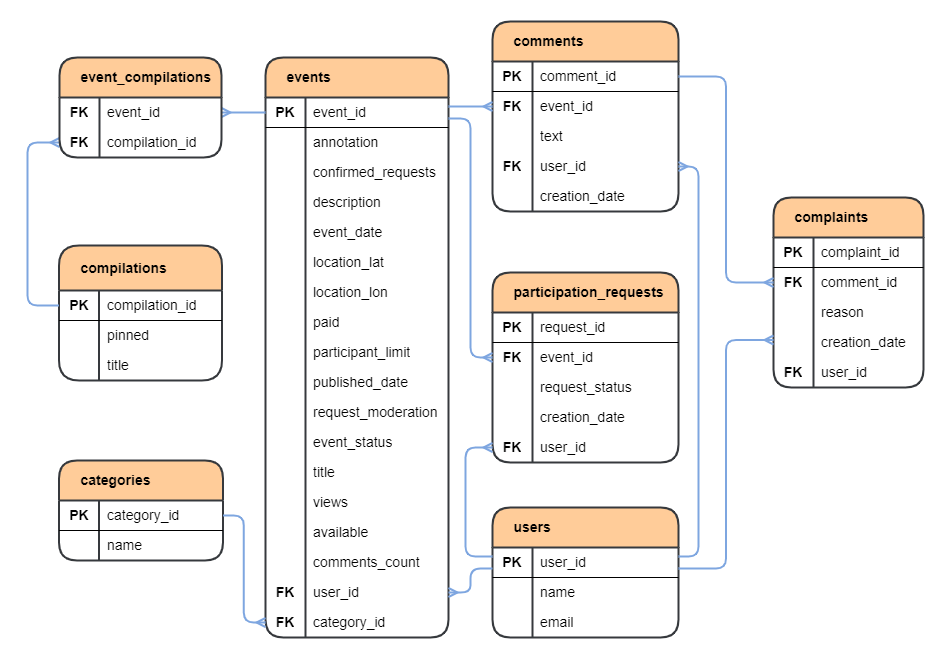
Above: explore_with_me_db/main_service_db.png in alekslit/java-explore-with-me (draw.io), before the change. Source tidied: cells renumbered, new cells last; positions are measured from the earlier drawing's top-left corner, leaving out a move shared by most shapes.
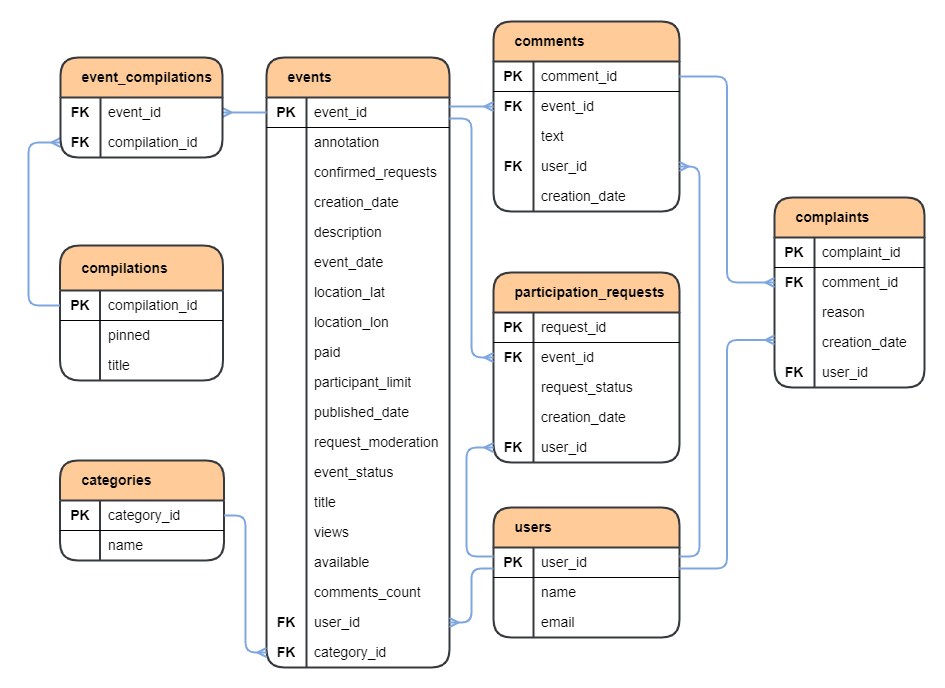
Above is the later version.

Commit message:
add, fix: поправить схему БД, добавить описание БД

The edit, as a diff of the source:
```diff
@@ -111,7 +111,7 @@
       <mxGeometry x="40" width="123" height="30" as="geometry" />
     </mxCell>
     <mxCell id="38" value="&amp;nbsp; &amp;nbsp; &amp;nbsp;events" style="shape=table;startSize=40;rowLines=0;fontStyle=1;align=left;rounded=1;fontSize=14;labelBackgroundColor=none;labelBorderColor=none;html=1;swimlaneFillColor=none;shadow=0;fillColor=#ffcc99;strokeColor=#36393d;strokeWidth=2;" parent="1" vertex="1">
-      <mxGeometry x="238" y="36" width="183" height="580" as="geometry" />
+      <mxGeometry x="238" y="36" width="183" height="610" as="geometry" />
     </mxCell>
     <mxCell id="39" style="shape=tableRow;horizontal=0;startSize=0;swimlaneHead=0;swimlaneBody=0;fillColor=none;points=[[0,0.5,0,0,0],[1,0.3,0,0,0],[1,0.7,0,0,0]];portConstraint=eastwest;top=0;left=0;right=0;bottom=1;fontSize=14;" parent="38" vertex="1">
       <mxGeometry y="40" width="183" height="30" as="geometry" />
@@ -140,8 +140,17 @@
     <mxCell id="47" value="confirmed_requests" style="shape=partialRectangle;fillColor=none;top=0;left=0;bottom=0;right=0;align=left;spacingLeft=6;overflow=hidden;whiteSpace=wrap;html=1;fontSize=14;" parent="45" vertex="1">
       <mxGeometry x="40" width="143" height="30" as="geometry" />
     </mxCell>
+    <mxCell id="149" style="shape=tableRow;horizontal=0;startSize=0;swimlaneHead=0;swimlaneBody=0;fillColor=none;top=0;left=0;right=0;bottom=0;fontSize=14;" parent="38" vertex="1">
+      <mxGeometry y="130" width="183" height="30" as="geometry" />
+    </mxCell>
+    <mxCell id="150" style="shape=partialRectangle;fillColor=none;top=0;left=0;bottom=0;right=0;overflow=hidden;whiteSpace=wrap;html=1;fontSize=14;fontStyle=1;" parent="149" vertex="1">
+      <mxGeometry width="40" height="30" as="geometry" />
+    </mxCell>
+    <mxCell id="151" value="creation_date" style="shape=partialRectangle;fillColor=none;top=0;left=0;bottom=0;right=0;align=left;spacingLeft=6;overflow=hidden;whiteSpace=wrap;html=1;fontSize=14;" parent="149" vertex="1">
+      <mxGeometry x="40" width="143" height="30" as="geometry" />
+    </mxCell>
     <mxCell id="48" style="shape=tableRow;horizontal=0;startSize=0;swimlaneHead=0;swimlaneBody=0;fillColor=none;top=0;left=0;right=0;bottom=0;fontSize=14;" parent="38" vertex="1">
-      <mxGeometry y="130" width="183" height="30" as="geometry" />
+      <mxGeometry y="160" width="183" height="30" as="geometry" />
     </mxCell>
     <mxCell id="49" style="shape=partialRectangle;fillColor=none;top=0;left=0;bottom=0;right=0;overflow=hidden;whiteSpace=wrap;html=1;fontSize=14;fontStyle=1;" parent="48" vertex="1">
       <mxGeometry width="40" height="30" as="geometry" />
@@ -150,7 +159,7 @@
       <mxGeometry x="40" width="143" height="30" as="geometry" />
     </mxCell>
     <mxCell id="51" style="shape=tableRow;horizontal=0;startSize=0;swimlaneHead=0;swimlaneBody=0;fillColor=none;top=0;left=0;right=0;bottom=0;fontSize=14;" parent="38" vertex="1">
-      <mxGeometry y="160" width="183" height="30" as="geometry" />
+      <mxGeometry y="190" width="183" height="30" as="geometry" />
     </mxCell>
     <mxCell id="52" style="shape=partialRectangle;fillColor=none;top=0;left=0;bottom=0;right=0;overflow=hidden;whiteSpace=wrap;html=1;fontSize=14;fontStyle=1;" parent="51" vertex="1">
       <mxGeometry width="40" height="30" as="geometry" />
@@ -159,7 +168,7 @@
       <mxGeometry x="40" width="143" height="30" as="geometry" />
     </mxCell>
     <mxCell id="54" style="shape=tableRow;horizontal=0;startSize=0;swimlaneHead=0;swimlaneBody=0;fillColor=none;top=0;left=0;right=0;bottom=0;fontSize=14;" parent="38" vertex="1">
-      <mxGeometry y="190" width="183" height="30" as="geometry" />
+      <mxGeometry y="220" width="183" height="30" as="geometry" />
     </mxCell>
     <mxCell id="55" style="shape=partialRectangle;fillColor=none;top=0;left=0;bottom=0;right=0;overflow=hidden;whiteSpace=wrap;html=1;fontSize=14;fontStyle=1;" parent="54" vertex="1">
       <mxGeometry width="40" height="30" as="geometry" />
@@ -168,7 +177,7 @@
       <mxGeometry x="40" width="143" height="30" as="geometry" />
     </mxCell>
     <mxCell id="57" style="shape=tableRow;horizontal=0;startSize=0;swimlaneHead=0;swimlaneBody=0;fillColor=none;top=0;left=0;right=0;bottom=0;fontSize=14;" parent="38" vertex="1">
-      <mxGeometry y="220" width="183" height="30" as="geometry" />
+      <mxGeometry y="250" width="183" height="30" as="geometry" />
     </mxCell>
     <mxCell id="58" style="shape=partialRectangle;fillColor=none;top=0;left=0;bottom=0;right=0;overflow=hidden;whiteSpace=wrap;html=1;fontSize=14;fontStyle=1;" parent="57" vertex="1">
       <mxGeometry width="40" height="30" as="geometry" />
@@ -177,7 +186,7 @@
       <mxGeometry x="40" width="143" height="30" as="geometry" />
     </mxCell>
     <mxCell id="60" style="shape=tableRow;horizontal=0;startSize=0;swimlaneHead=0;swimlaneBody=0;fillColor=none;top=0;left=0;right=0;bottom=0;fontSize=14;" parent="38" vertex="1">
-      <mxGeometry y="250" width="183" height="30" as="geometry" />
+      <mxGeometry y="280" width="183" height="30" as="geometry" />
     </mxCell>
     <mxCell id="61" style="shape=partialRectangle;fillColor=none;top=0;left=0;bottom=0;right=0;overflow=hidden;whiteSpace=wrap;html=1;fontSize=14;fontStyle=1;" parent="60" vertex="1">
       <mxGeometry width="40" height="30" as="geometry" />
@@ -186,7 +195,7 @@
       <mxGeometry x="40" width="143" height="30" as="geometry" />
     </mxCell>
     <mxCell id="63" style="shape=tableRow;horizontal=0;startSize=0;swimlaneHead=0;swimlaneBody=0;fillColor=none;top=0;left=0;right=0;bottom=0;fontSize=14;" parent="38" vertex="1">
-      <mxGeometry y="280" width="183" height="30" as="geometry" />
+      <mxGeometry y="310" width="183" height="30" as="geometry" />
     </mxCell>
     <mxCell id="64" style="shape=partialRectangle;fillColor=none;top=0;left=0;bottom=0;right=0;overflow=hidden;whiteSpace=wrap;html=1;fontSize=14;fontStyle=1;" parent="63" vertex="1">
       <mxGeometry width="40" height="30" as="geometry" />
@@ -195,7 +204,7 @@
       <mxGeometry x="40" width="143" height="30" as="geometry" />
     </mxCell>
     <mxCell id="66" style="shape=tableRow;horizontal=0;startSize=0;swimlaneHead=0;swimlaneBody=0;fillColor=none;top=0;left=0;right=0;bottom=0;fontSize=14;" parent="38" vertex="1">
-      <mxGeometry y="310" width="183" height="30" as="geometry" />
+      <mxGeometry y="340" width="183" height="30" as="geometry" />
     </mxCell>
     <mxCell id="67" style="shape=partialRectangle;fillColor=none;top=0;left=0;bottom=0;right=0;overflow=hidden;whiteSpace=wrap;html=1;fontSize=14;fontStyle=1;" parent="66" vertex="1">
       <mxGeometry width="40" height="30" as="geometry" />
@@ -204,7 +213,7 @@
       <mxGeometry x="40" width="143" height="30" as="geometry" />
     </mxCell>
     <mxCell id="69" style="shape=tableRow;horizontal=0;startSize=0;swimlaneHead=0;swimlaneBody=0;fillColor=none;top=0;left=0;right=0;bottom=0;fontSize=14;" parent="38" vertex="1">
-      <mxGeometry y="340" width="183" height="30" as="geometry" />
+      <mxGeometry y="370" width="183" height="30" as="geometry" />
     </mxCell>
     <mxCell id="70" style="shape=partialRectangle;fillColor=none;top=0;left=0;bottom=0;right=0;overflow=hidden;whiteSpace=wrap;html=1;fontSize=14;fontStyle=1;" parent="69" vertex="1">
       <mxGeometry width="40" height="30" as="geometry" />
@@ -213,7 +222,7 @@
       <mxGeometry x="40" width="143" height="30" as="geometry" />
     </mxCell>
     <mxCell id="72" style="shape=tableRow;horizontal=0;startSize=0;swimlaneHead=0;swimlaneBody=0;fillColor=none;top=0;left=0;right=0;bottom=0;fontSize=14;" parent="38" vertex="1">
-      <mxGeometry y="370" width="183" height="30" as="geometry" />
+      <mxGeometry y="400" width="183" height="30" as="geometry" />
     </mxCell>
     <mxCell id="73" style="shape=partialRectangle;fillColor=none;top=0;left=0;bottom=0;right=0;overflow=hidden;whiteSpace=wrap;html=1;fontSize=14;fontStyle=1;" parent="72" vertex="1">
       <mxGeometry width="40" height="30" as="geometry" />
@@ -222,7 +231,7 @@
       <mxGeometry x="40" width="143" height="30" as="geometry" />
     </mxCell>
     <mxCell id="75" style="shape=tableRow;horizontal=0;startSize=0;swimlaneHead=0;swimlaneBody=0;fillColor=none;top=0;left=0;right=0;bottom=0;fontSize=14;" parent="38" vertex="1">
-      <mxGeometry y="400" width="183" height="30" as="geometry" />
+      <mxGeometry y="430" width="183" height="30" as="geometry" />
     </mxCell>
     <mxCell id="76" style="shape=partialRectangle;fillColor=none;top=0;left=0;bottom=0;right=0;overflow=hidden;whiteSpace=wrap;html=1;fontSize=14;fontStyle=1;" parent="75" vertex="1">
       <mxGeometry width="40" height="30" as="geometry" />
@@ -231,7 +240,7 @@
       <mxGeometry x="40" width="143" height="30" as="geometry" />
     </mxCell>
     <mxCell id="78" style="shape=tableRow;horizontal=0;startSize=0;swimlaneHead=0;swimlaneBody=0;fillColor=none;top=0;left=0;right=0;bottom=0;fontSize=14;" parent="38" vertex="1">
-      <mxGeometry y="430" width="183" height="30" as="geometry" />
+      <mxGeometry y="460" width="183" height="30" as="geometry" />
     </mxCell>
     <mxCell id="79" style="shape=partialRectangle;fillColor=none;top=0;left=0;bottom=0;right=0;overflow=hidden;whiteSpace=wrap;html=1;fontSize=14;fontStyle=1;" parent="78" vertex="1">
       <mxGeometry width="40" height="30" as="geometry" />
@@ -240,7 +249,7 @@
       <mxGeometry x="40" width="143" height="30" as="geometry" />
     </mxCell>
     <mxCell id="81" style="shape=tableRow;horizontal=0;startSize=0;swimlaneHead=0;swimlaneBody=0;fillColor=none;top=0;left=0;right=0;bottom=0;fontSize=14;" parent="38" vertex="1">
-      <mxGeometry y="460" width="183" height="30" as="geometry" />
+      <mxGeometry y="490" width="183" height="30" as="geometry" />
     </mxCell>
     <mxCell id="82" style="shape=partialRectangle;fillColor=none;top=0;left=0;bottom=0;right=0;overflow=hidden;whiteSpace=wrap;html=1;fontSize=14;fontStyle=1;" parent="81" vertex="1">
       <mxGeometry width="40" height="30" as="geometry" />
@@ -249,7 +258,7 @@
       <mxGeometry x="40" width="143" height="30" as="geometry" />
     </mxCell>
     <mxCell id="84" style="shape=tableRow;horizontal=0;startSize=0;swimlaneHead=0;swimlaneBody=0;fillColor=none;top=0;left=0;right=0;bottom=0;fontSize=14;" parent="38" vertex="1">
-      <mxGeometry y="490" width="183" height="30" as="geometry" />
+      <mxGeometry y="520" width="183" height="30" as="geometry" />
     </mxCell>
     <mxCell id="85" style="shape=partialRectangle;fillColor=none;top=0;left=0;bottom=0;right=0;overflow=hidden;whiteSpace=wrap;html=1;fontSize=14;fontStyle=1;" parent="84" vertex="1">
       <mxGeometry width="40" height="30" as="geometry" />
@@ -258,7 +267,7 @@
       <mxGeometry x="40" width="143" height="30" as="geometry" />
     </mxCell>
     <mxCell id="87" style="shape=tableRow;horizontal=0;startSize=0;swimlaneHead=0;swimlaneBody=0;fillColor=none;points=[[0,0.5],[1,0.5]];portConstraint=eastwest;top=0;left=0;right=0;bottom=0;fontSize=14;" parent="38" vertex="1">
-      <mxGeometry y="520" width="183" height="30" as="geometry" />
+      <mxGeometry y="550" width="183" height="30" as="geometry" />
     </mxCell>
     <mxCell id="88" value="FK" style="shape=partialRectangle;fillColor=none;top=0;left=0;bottom=0;right=0;overflow=hidden;whiteSpace=wrap;html=1;fontSize=14;fontStyle=1;" parent="87" vertex="1">
       <mxGeometry width="40" height="30" as="geometry" />
@@ -267,7 +276,7 @@
       <mxGeometry x="40" width="143" height="30" as="geometry" />
     </mxCell>
     <mxCell id="90" style="shape=tableRow;horizontal=0;startSize=0;swimlaneHead=0;swimlaneBody=0;fillColor=none;points=[[0,0.5],[1,0.5]];portConstraint=eastwest;top=0;left=0;right=0;bottom=0;fontSize=14;" parent="38" vertex="1">
-      <mxGeometry y="550" width="183" height="30" as="geometry" />
+      <mxGeometry y="580" width="183" height="30" as="geometry" />
     </mxCell>
     <mxCell id="91" value="FK" style="shape=partialRectangle;fillColor=none;top=0;left=0;bottom=0;right=0;overflow=hidden;whiteSpace=wrap;html=1;fontSize=14;fontStyle=1;" parent="90" vertex="1">
       <mxGeometry width="40" height="30" as="geometry" />
```
